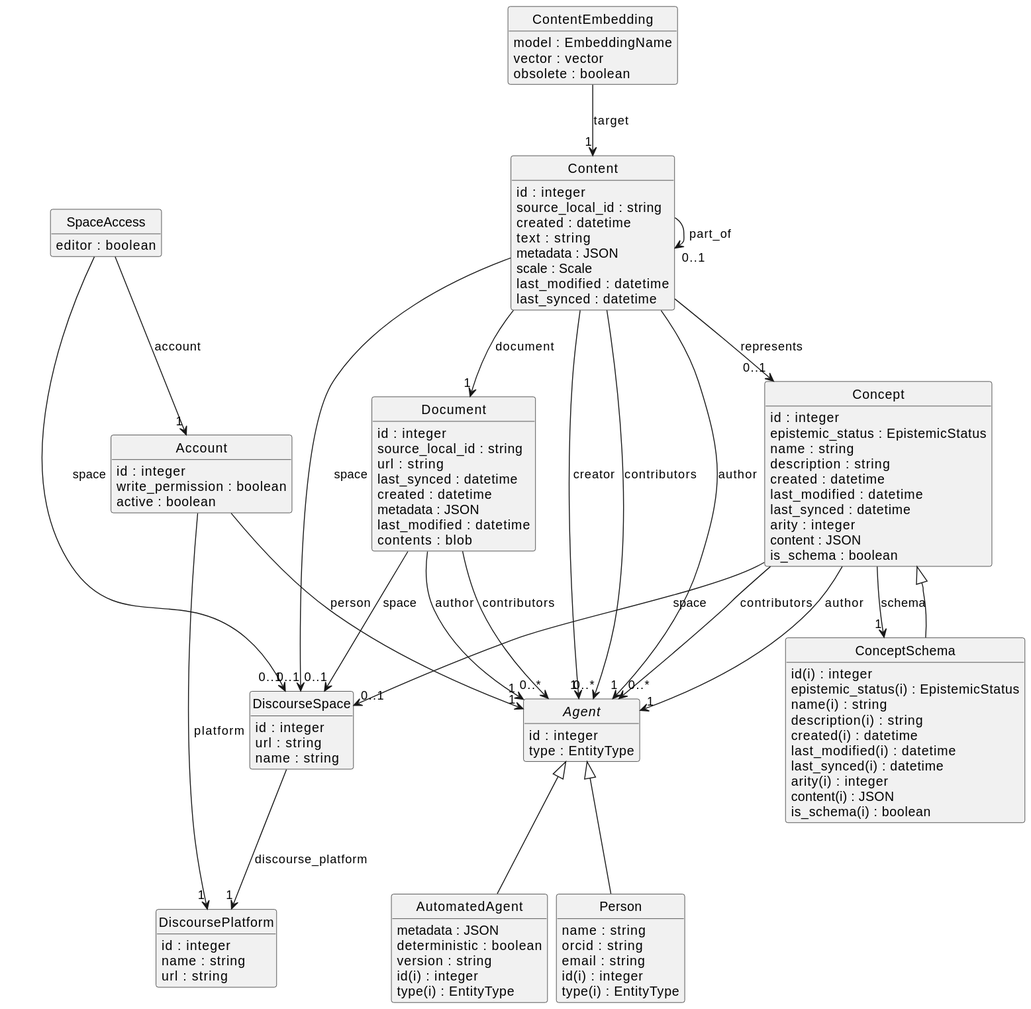
This is packages/database/schema.svg from DiscourseGraphs/discourse-graph, a PlantUML export, as it was before one commit.
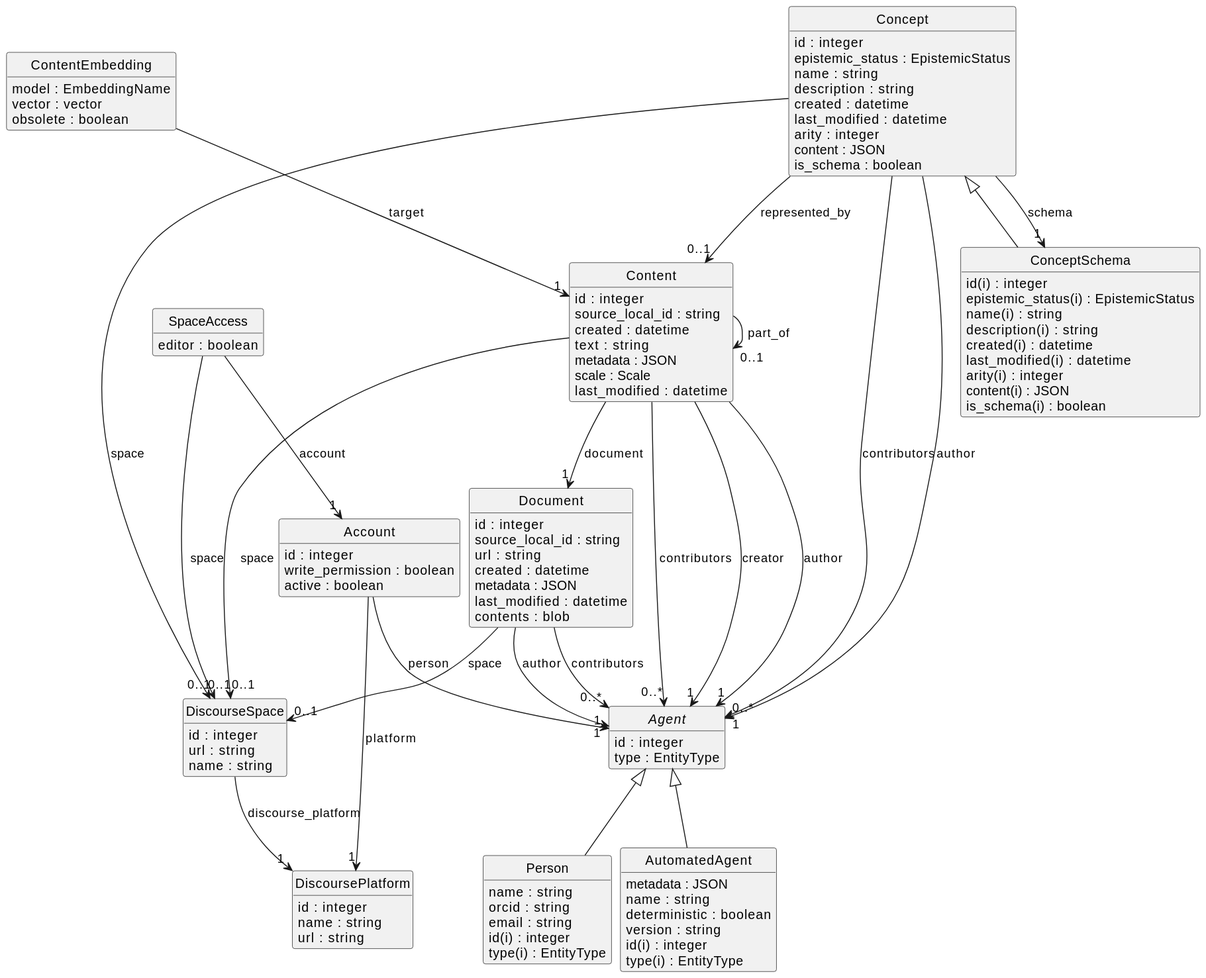
After the commit.

Commit message:
Forgot AutomatedAgent name

Change to the diagram source:
```diff
@@ -21,7 +21,6 @@
     {field} id : integer
     {field} source_local_id : string
     {field} url : string
-    {field} last_synced : datetime
     {field} created : datetime
     {field} metadata : JSON
     {field} last_modified : datetime
@@ -39,7 +38,6 @@
     {field} metadata : JSON
     {field} scale : Scale
     {field} last_modified : datetime
-    {field} last_synced : datetime
 }
 "Document" --> "0..*" "Agent" : "contributors"
 "Document" --> "1" "Agent" : "author"
@@ -57,7 +55,6 @@
     {field} description : string
     {field} created : datetime
     {field} last_modified : datetime
-    {field} last_synced : datetime
     {field} arity : integer
     {field} content : JSON
     {field} is_schema : boolean
@@ -72,11 +69,11 @@
     {field} obsolete : boolean
 }
 "ContentEmbedding" --> "1" "Content" : "target"
-"Content" --> "0..1" "Concept" : "represents"
 "Content" --> "0..1" "Content" : "part_of"
 "Content" --> "0..*" "Agent" : "contributors"
 "Content" --> "1" "Agent" : "creator"
 "Content" --> "1" "Agent" : "author"
+"Concept" --> "0..1" "Content" : "represented_by"
 class "ConceptSchema" [[{None}]] {
     {field} id(i) : integer
     {field} epistemic_status(i) : EpistemicStatus
@@ -84,7 +81,6 @@
     {field} description(i) : string
     {field} created(i) : datetime
     {field} last_modified(i) : datetime
-    {field} last_synced(i) : datetime
     {field} arity(i) : integer
     {field} content(i) : JSON
     {field} is_schema(i) : boolean
@@ -102,6 +98,7 @@
 }
 class "AutomatedAgent" [[{An automated agent}]] {
     {field} metadata : JSON
+    {field} name : string
     {field} deterministic : boolean
     {field} version : string
     {field} id(i) : integer
```
